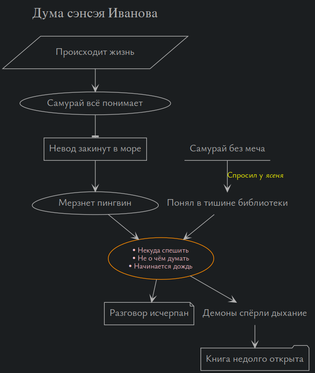
testitquickly/bystro.linux keeps this Graphviz diagram as Software/GraphViz/diagram.png. Above is the earlier version. Its source is kept beside it as Software/GraphViz/diagram.dot.
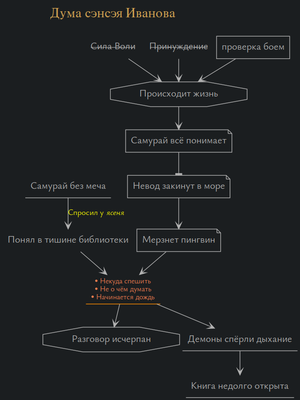
Later version of the same file.

Commit message:
+ GraphViz — уточнил код

Diff of the diagram source:
```diff
@@ -2,16 +2,16 @@
 	rankdir=TB; // направление раскладки графа: T — top (сверху), B — bottom (снизу)
 	bgcolor="#1b1e20"; // Фон всей диаграммы — тёмно-серый
 
-	title [label="Дума сэнсэя Иванова", shape=plaintext, fontsize=22, color="#b2b2b2", fontcolor="#b2b2b2"];
+	title [label="Дума сэнсэя Иванова", shape=plaintext, fontsize=22, fontcolor="#cf9f50"];
 	left [label="", style=invis];
 	right [label="", style=invis];
 	{ rank=source; left; title; right; }
 
 	node [
-		fontcolor="#b2b2b2" // цвет текста и рамок (светло-серый)
+		fontcolor="#b2b2b2" // цвет текста и рамок (светло-серый) https://graphviz.org/doc/info/colors.html
 		color="#b2b2b2" // цвет рамок (границ) узлов
+		fillcolor="#1b1e20" // фон узлов — тёмно-серый
 		style=filled // стиль заливки узла — залить цветом из fillcolor
-		fillcolor="#1b1e20" // фон узлов — тёмно-серый
 		fontname="Ysabeau"
 		fontsize="16"
 	];
@@ -23,24 +23,40 @@
 		fontsize="16"
 	];
 
-	S [shape=parallelogram, label="Происходит жизнь"] // S = Start
+
+	node [shape=octagon];
+	S [label="Происходит жизнь"] // S = Start
+	E [label="Разговор исчерпан"]; // E  End
+
+	node [shape=none];
+	сила_воли [label=<<s>Сила Воли</s>>]
+	принуждение [label=<<s>Принуждение</s>>];
+	проверка_боем [label="проверка боем", shape=box];
+
+	node [shape=note];
 	id1 [label="Самурай всё понимает", comment="I am node id1"];
-	id2 [shape=box, label="Невод закинут в море"];
-	rybka [shape=egg, label="Мерзнет пингвин"];
-	E [shape=note, label="Разговор исчерпан"]; // E  End
+	id2 [label="Невод закинут в море"];
+	rybka [label="Мерзнет пингвин"];
 	biblioteka [shape=plaintext, label="Понял в тишине библиотеки"];
-	как_думать [shape=underline, label="Самурай без меча"];
-	gameOver [shape=plaintext, label="Демоны спёрли дыхание"];
-	bookIsClosed [shape=folder, label="Книга недолго открыта"];
-	listOfEvents [label="• Некуда спешить\n• Не о чём думать\n• Начинается дождь", fontsize=12, fontcolor="Pink", color="DarkOrange"];
+
+	node [shape=underline];
+	как_думать [label="Самурай без меча"];
+	gameOver [label="Демоны спёрли дыхание"];
+	bookIsClosed [label="Книга недолго открыта"];
+	listOfEvents [label="• Некуда спешить\n• Не о чём думать\n• Начинается дождь", fontsize=12, fontcolor="Coral", color="DarkOrange"];
+
+
+	сила_воли -> S;
+	принуждение -> S;
+	проверка_боем -> S;
+
+	как_думать -> biblioteka [label=<<font color="yellow" point-size="13">Спросил у <i>ясеня</i></font>>];
+	biblioteka -> listOfEvents;
 
 	S -> id1;
 	id1 -> id2 [arrowhead=tee]; // чтобы задать стиль отдельной стрелке, ноды одного пути надо разнести "две отдельно"
 	id2 -> rybka -> listOfEvents -> E;
 
-	как_думать -> biblioteka [label=<<font color="yellow" point-size="13">Спросил у <i>ясеня</i></font>>];
-	biblioteka -> listOfEvents;
-
 	listOfEvents -> gameOver -> bookIsClosed;
 
 }
```
